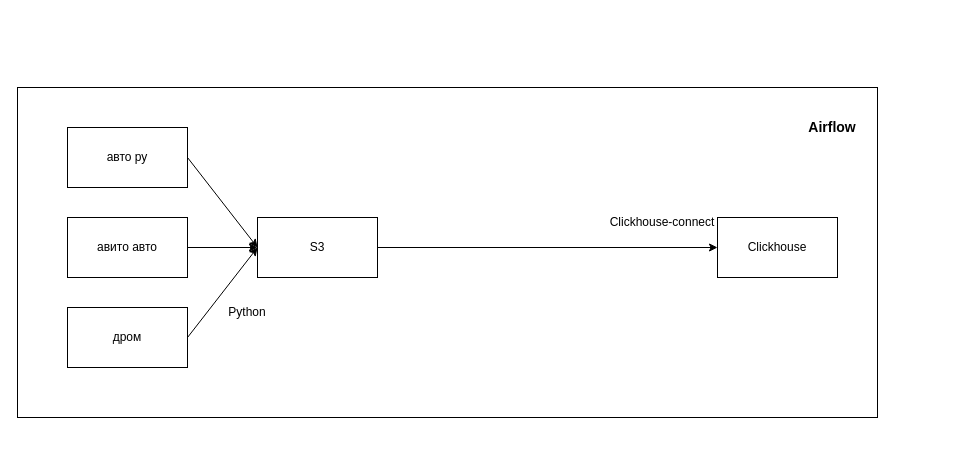
The draw.io diagram img/architecture.drawio in maintheme-tech/Carry, before the edit. Source tidied: cells renumbered, new cells numbered last; positions are measured from the earlier drawing's top-left corner, leaving out a move shared by most shapes. Both pictures are drawn from the tidied source at 100%, with x=0, y=0 at pixel (17, 82).
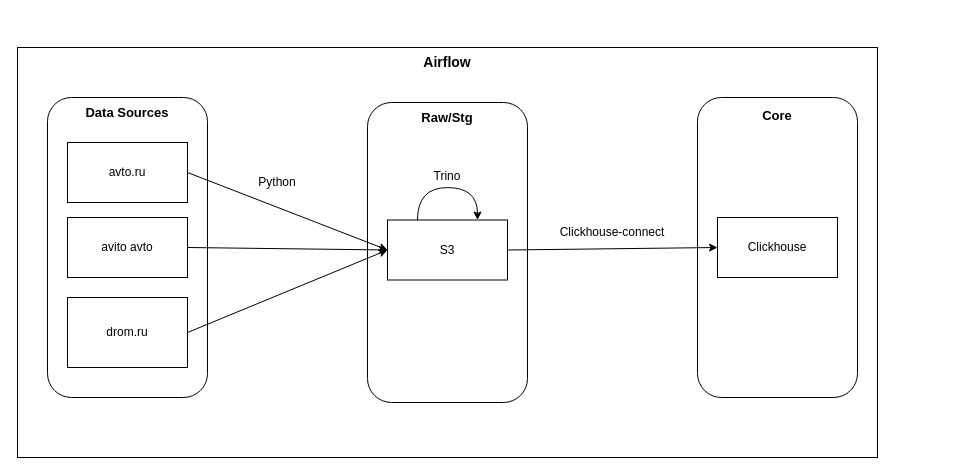
After the change.

Diff of the diagram source:
```diff
@@
     <mxCell id="2" style="rounded=0;whiteSpace=wrap;html=1;" parent="1" vertex="1">
-      <mxGeometry y="5" width="860" height="330" as="geometry" />
+      <mxGeometry y="-35" width="860" height="410" as="geometry" />
     </mxCell>
+    <mxCell id="20" style="rounded=1;whiteSpace=wrap;html=1;" parent="1" vertex="1">
+      <mxGeometry x="680" y="15" width="160" height="300" as="geometry" />
+    </mxCell>
+    <mxCell id="21" style="rounded=1;whiteSpace=wrap;html=1;" parent="1" vertex="1">
+      <mxGeometry x="350" y="20" width="160" height="300" as="geometry" />
+    </mxCell>
+    <mxCell id="22" style="rounded=1;whiteSpace=wrap;html=1;" parent="1" vertex="1">
+      <mxGeometry x="30" y="15" width="160" height="300" as="geometry" />
+    </mxCell>
@@
     <mxCell id="4" style="rounded=0;whiteSpace=wrap;html=1;" parent="1" vertex="1">
-      <mxGeometry x="50" y="225" width="120" height="60" as="geometry" />
+      <mxGeometry x="50" y="215" width="120" height="70" as="geometry" />
     </mxCell>
@@
     <mxCell id="8" style="rounded=0;whiteSpace=wrap;html=1;" parent="1" vertex="1">
-      <mxGeometry x="50" y="45" width="120" height="60" as="geometry" />
+      <mxGeometry x="50" y="60" width="120" height="60" as="geometry" />
     </mxCell>
@@
     <mxCell id="10" style="rounded=0;whiteSpace=wrap;html=1;" parent="1" vertex="1">
-      <mxGeometry x="240" y="135" width="120" height="60" as="geometry" />
+      <mxGeometry x="370" y="137.5" width="120" height="60" as="geometry" />
     </mxCell>
@@
-    <mxCell id="13" value="дром" style="text;html=1;whiteSpace=wrap;strokeColor=none;fillColor=none;align=center;verticalAlign=middle;rounded=0;" parent="1" vertex="1">
-      <mxGeometry x="80" y="240" width="60" height="30" as="geometry" />
+    <mxCell id="13" value="drom.ru" style="text;html=1;whiteSpace=wrap;strokeColor=none;fillColor=none;align=center;verticalAlign=middle;rounded=0;" parent="1" vertex="1">
+      <mxGeometry x="80" y="235" width="60" height="30" as="geometry" />
     </mxCell>
-    <mxCell id="14" value="авито авто" style="text;html=1;whiteSpace=wrap;strokeColor=none;fillColor=none;align=center;verticalAlign=middle;rounded=0;" parent="1" vertex="1">
+    <mxCell id="14" value="avito avto" style="text;html=1;whiteSpace=wrap;strokeColor=none;fillColor=none;align=center;verticalAlign=middle;rounded=0;" parent="1" vertex="1">
       <mxGeometry x="75" y="142.5" width="70" height="45" as="geometry" />
     </mxCell>
-    <mxCell id="15" value="авто ру" style="text;html=1;whiteSpace=wrap;strokeColor=none;fillColor=none;align=center;verticalAlign=middle;rounded=0;" parent="1" vertex="1">
-      <mxGeometry x="80" y="60" width="60" height="30" as="geometry" />
+    <mxCell id="15" value="avto.ru" style="text;html=1;whiteSpace=wrap;strokeColor=none;fillColor=none;align=center;verticalAlign=middle;rounded=0;" parent="1" vertex="1">
+      <mxGeometry x="80" y="75" width="60" height="30" as="geometry" />
     </mxCell>
     <mxCell id="16" value="&lt;b&gt;&lt;font style=&quot;font-size: 14px;&quot;&gt;Airflow&lt;/font&gt;&lt;/b&gt;" style="text;html=1;whiteSpace=wrap;strokeColor=none;fillColor=none;align=center;verticalAlign=middle;rounded=0;" parent="1" vertex="1">
-      <mxGeometry x="710" width="210" height="90" as="geometry" />
+      <mxGeometry x="325" y="-65" width="210" height="90" as="geometry" />
     </mxCell>
     <mxCell id="17" value="S3" style="text;html=1;whiteSpace=wrap;strokeColor=none;fillColor=none;align=center;verticalAlign=middle;rounded=0;" parent="1" vertex="1">
-      <mxGeometry x="270" y="150" width="60" height="30" as="geometry" />
+      <mxGeometry x="400" y="152.5" width="60" height="30" as="geometry" />
     </mxCell>
     <mxCell id="18" value="Python" style="text;html=1;whiteSpace=wrap;strokeColor=none;fillColor=none;align=center;verticalAlign=middle;rounded=0;" parent="1" vertex="1">
-      <mxGeometry x="200" y="215" width="60" height="30" as="geometry" />
+      <mxGeometry x="230" y="85" width="60" height="30" as="geometry" />
     </mxCell>
     <mxCell id="19" value="Clickhouse-connect" style="text;html=1;whiteSpace=wrap;strokeColor=none;fillColor=none;align=center;verticalAlign=middle;rounded=0;" parent="1" vertex="1">
-      <mxGeometry x="590" y="125" width="110" height="30" as="geometry" />
+      <mxGeometry x="540" y="135" width="110" height="30" as="geometry" />
     </mxCell>
+    <mxCell id="23" value="Data Sources" style="text;html=1;whiteSpace=wrap;strokeColor=none;fillColor=none;align=center;verticalAlign=middle;rounded=0;fontStyle=1;fontSize=13;" parent="1" vertex="1">
+      <mxGeometry x="60" y="15" width="100" height="30" as="geometry" />
+    </mxCell>
+    <mxCell id="24" value="Raw/Stg" style="text;html=1;whiteSpace=wrap;strokeColor=none;fillColor=none;align=center;verticalAlign=middle;rounded=0;fontStyle=1;fontSize=13;" parent="1" vertex="1">
+      <mxGeometry x="380" y="20" width="100" height="30" as="geometry" />
+    </mxCell>
+    <mxCell id="25" value="Core" style="text;html=1;whiteSpace=wrap;strokeColor=none;fillColor=none;align=center;verticalAlign=middle;rounded=0;fontStyle=1;fontSize=13;" parent="1" vertex="1">
+      <mxGeometry x="710" y="17.5" width="100" height="30" as="geometry" />
+    </mxCell>
+    <mxCell id="26" style="edgeStyle=orthogonalEdgeStyle;html=1;innerLoopWaypoints=1;exitX=0.25;exitY=0;exitDx=0;exitDy=0;entryX=0.75;entryY=0;entryDx=0;entryDy=0;curved=1;" parent="1" edge="1" source="10" target="10">
+      <mxGeometry relative="1" as="geometry">
+        <Array as="points">
+          <mxPoint x="400" y="105.1" />
+          <mxPoint x="460" y="105.1" />
+        </Array>
+      </mxGeometry>
+    </mxCell>
+    <mxCell id="27" value="Trino" style="text;html=1;whiteSpace=wrap;strokeColor=none;fillColor=none;align=center;verticalAlign=middle;rounded=0;" parent="1" vertex="1">
+      <mxGeometry x="400" y="79" width="60" height="30" as="geometry" />
+    </mxCell>
```
